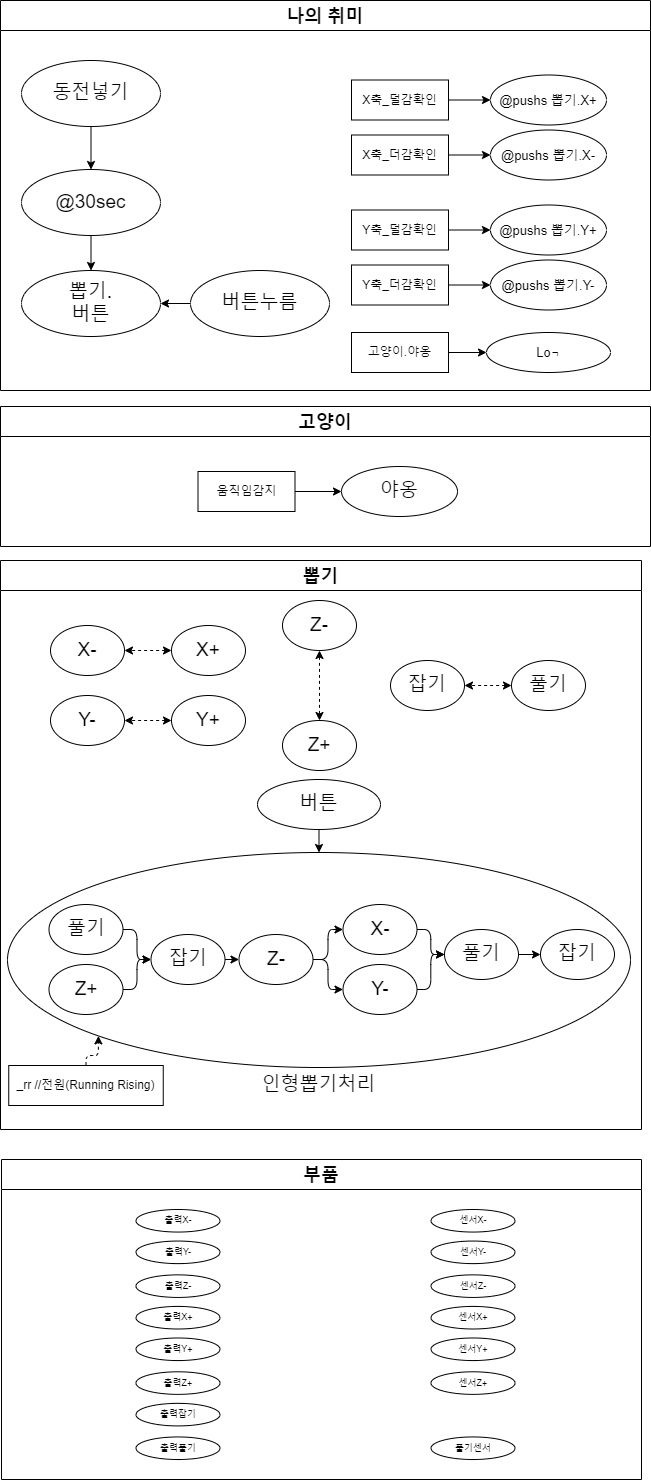
The draw.io diagram MySystem/png/my4.dio.png in DualsoftDev/ds, before a commit. Source tidied: cells renumbered, new cells last; positions are measured from the earlier drawing's top-left corner, leaving out a move shared by most shapes.
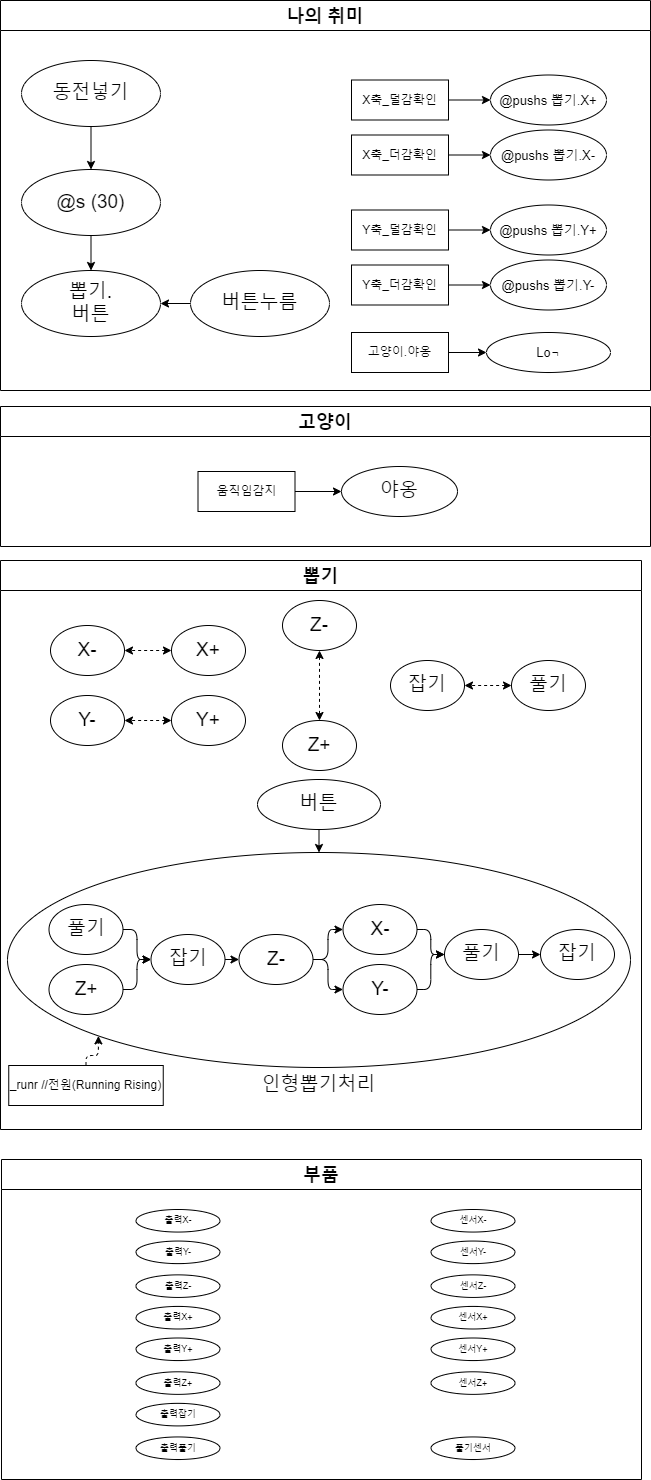
The same diagram one commit later.

Diff of the diagram source:
```diff
@@ -100,7 +100,7 @@
     <mxCell id="33" style="edgeStyle=orthogonalEdgeStyle;html=1;exitX=0.5;exitY=0;exitDx=0;exitDy=0;entryX=0;entryY=1;entryDx=0;entryDy=0;startArrow=none;startFill=0;dashed=1;" parent="2" edge="1" source="34" target="10">
       <mxGeometry relative="1" as="geometry" />
     </mxCell>
-    <mxCell id="34" value="_rr //전원(Running Rising)" style="rounded=0;whiteSpace=wrap;html=1;" parent="2" vertex="1">
+    <mxCell id="34" value="_runr //전원(Running Rising)" style="rounded=0;whiteSpace=wrap;html=1;" parent="2" vertex="1">
       <mxGeometry x="8.2" y="505" width="154.5" height="40" as="geometry" />
     </mxCell>
     <mxCell id="35" value="버튼" style="ellipse;whiteSpace=wrap;html=1;labelBackgroundColor=#FFFFFF;fontColor=none;fontSize=19;" parent="2" vertex="1">
@@ -139,7 +139,7 @@
     <mxCell id="46" style="edgeStyle=orthogonalEdgeStyle;html=1;exitX=0.5;exitY=1;exitDx=0;exitDy=0;entryX=0.5;entryY=0;entryDx=0;entryDy=0;startArrow=none;startFill=0;" parent="36" edge="1" source="47" target="45">
       <mxGeometry relative="1" as="geometry" />
     </mxCell>
-    <mxCell id="47" value="@30sec" style="ellipse;whiteSpace=wrap;html=1;labelBackgroundColor=#FFFFFF;fontColor=none;fontSize=19;" parent="36" vertex="1">
+    <mxCell id="47" value="@s (30)" style="ellipse;whiteSpace=wrap;html=1;labelBackgroundColor=#FFFFFF;fontColor=none;fontSize=19;" parent="36" vertex="1">
       <mxGeometry x="21" y="169" width="139" height="66" as="geometry" />
     </mxCell>
     <mxCell id="48" value="Y축_더감확인" style="rounded=0;whiteSpace=wrap;html=1;" parent="36" vertex="1">
```
